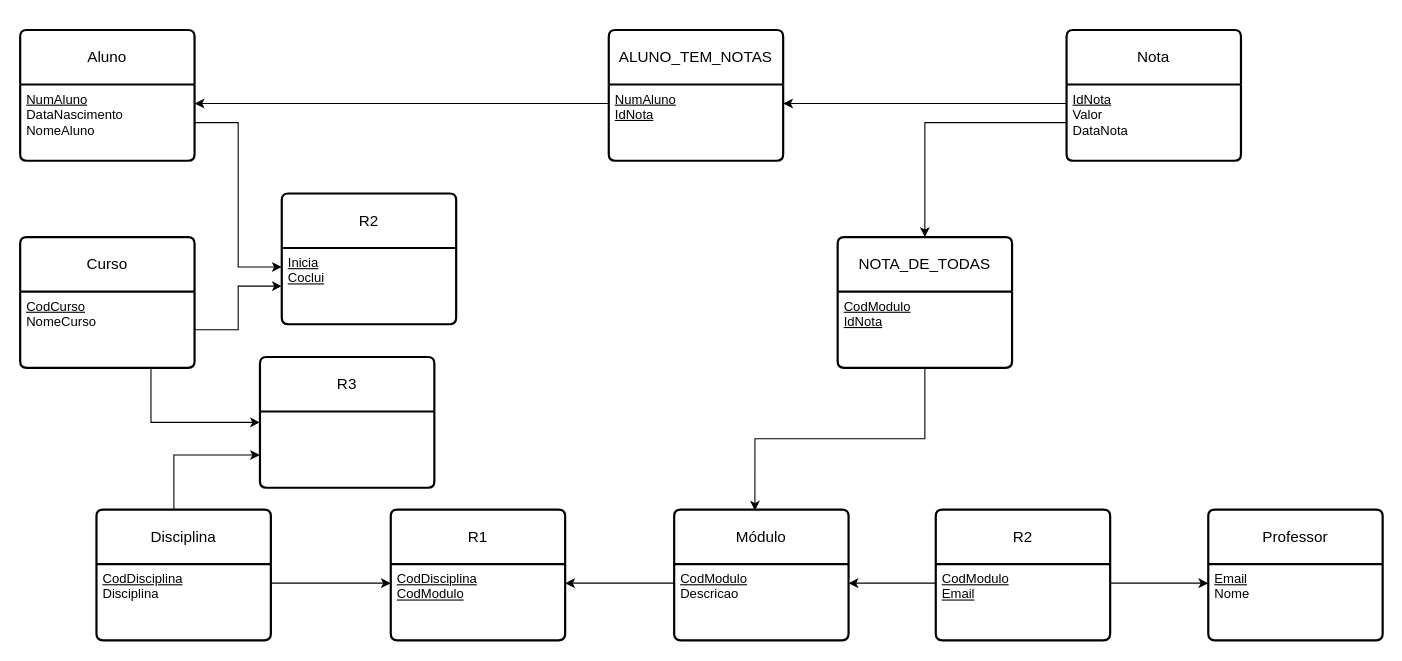
Before: notas.drawio in RubenA2109/diagramas, a draw.io diagram. Source tidied: cells renumbered, new cells numbered last; positions are measured from the earlier drawing's top-left corner, leaving out a move shared by most shapes. Both pictures are drawn from the tidied source at 109%, with x=0, y=0 at pixel (20, 29).
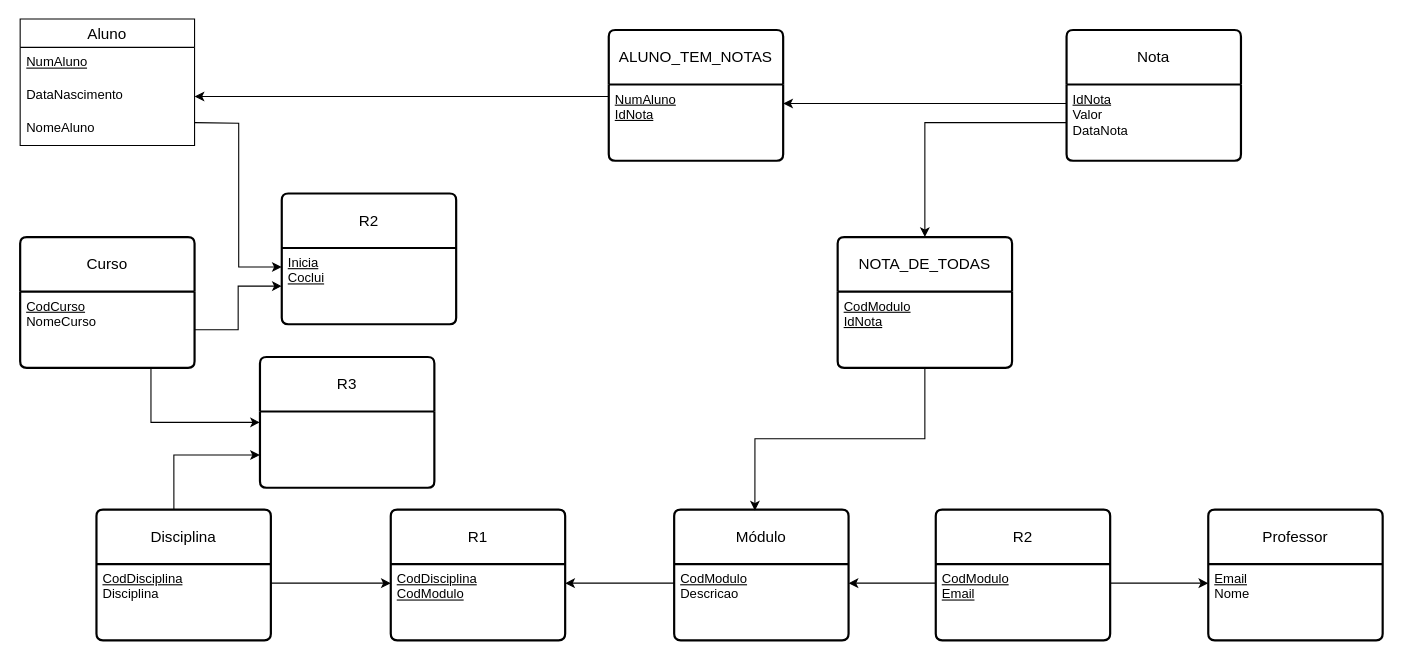
After the change.

Unchanged cells that the change refers to:
```xml
<mxCell id="16" value="&lt;div&gt;&lt;u&gt;NumAluno&lt;/u&gt;&lt;/div&gt;&lt;div&gt;&lt;u&gt;IdNota&lt;/u&gt;&lt;/div&gt;" style="align=left;strokeColor=none;fillColor=none;spacingLeft=4;spacingRight=4;fontSize=12;verticalAlign=top;html=1;whiteSpace=wrap;" parent="15" vertex="1">
  <mxGeometry y="50" width="160" height="70" as="geometry" />
</mxCell>
<mxCell id="23" value="&lt;u&gt;Inicia&lt;/u&gt;&lt;br&gt;&lt;div&gt;&lt;u&gt;Coclui&lt;/u&gt;&lt;/div&gt;" style="align=left;strokeColor=none;fillColor=none;spacingLeft=4;spacingRight=4;fontSize=12;verticalAlign=top;html=1;whiteSpace=wrap;" parent="22" vertex="1">
  <mxGeometry y="50" width="160" height="70" as="geometry" />
</mxCell>
```

What changed in the source:
```diff
@@
-    <mxCell id="4" value="Aluno" style="swimlane;horizontal=1;startSize=50;rounded=1;fontSize=14;fontStyle=0;strokeWidth=2;shadow=0;dashed=0;align=center;arcSize=4;whiteSpace=wrap;html=1;" parent="1" vertex="1">
-      <mxGeometry width="160" height="120" as="geometry" />
-    </mxCell>
-    <mxCell id="5" value="&lt;u&gt;NumAluno&lt;/u&gt;&lt;br&gt;&lt;div&gt;DataNascimento&lt;/div&gt;&lt;div&gt;NomeAluno&lt;/div&gt;" style="align=left;strokeColor=none;fillColor=none;spacingLeft=4;spacingRight=4;fontSize=12;verticalAlign=top;html=1;whiteSpace=wrap;" parent="4" vertex="1">
-      <mxGeometry y="50" width="160" height="70" as="geometry" />
-    </mxCell>
-    <mxCell id="6" value="&lt;br&gt;&lt;div&gt;&lt;br&gt;&lt;/div&gt;" style="align=left;strokeColor=none;fillColor=none;spacingLeft=4;spacingRight=4;fontSize=12;verticalAlign=top;html=1;whiteSpace=wrap;" parent="4" vertex="1">
-      <mxGeometry y="120" width="160" as="geometry" />
-    </mxCell>
@@
-    <mxCell id="17" style="edgeStyle=orthogonalEdgeStyle;rounded=0;jettySize=auto;html=1;entryX=1;entryY=0.25;entryDx=0;entryDy=0;" parent="1" edge="1" source="16" target="5">
+    <mxCell id="17" style="edgeStyle=orthogonalEdgeStyle;rounded=0;jettySize=auto;html=1;entryX=1;entryY=0.5;entryDx=0;entryDy=0;" parent="1" edge="1" source="16" target="39">
       <mxGeometry relative="1" as="geometry">
         <Array as="points">
-          <mxPoint x="410" y="68" />
+          <mxPoint x="480" y="61" />
+          <mxPoint x="480" y="61" />
         </Array>
       </mxGeometry>
     </mxCell>
@@
-    <mxCell id="33" style="edgeStyle=orthogonalEdgeStyle;rounded=0;jettySize=auto;html=1;entryX=0;entryY=0.25;entryDx=0;entryDy=0;" parent="1" edge="1" source="5" target="23">
-      <mxGeometry relative="1" as="geometry" />
+    <mxCell id="33" style="edgeStyle=orthogonalEdgeStyle;rounded=0;jettySize=auto;html=1;entryX=0;entryY=0.25;entryDx=0;entryDy=0;" parent="1" edge="1" target="23">
+      <mxGeometry relative="1" as="geometry">
+        <mxPoint x="160" y="85" as="sourcePoint" />
+      </mxGeometry>
     </mxCell>
@@
+    <mxCell id="4" value="Aluno" style="swimlane;fontStyle=0;horizontal=1;startSize=26;align=center;fontSize=14;" parent="1" vertex="1">
+      <mxGeometry y="-10" width="160" height="116" as="geometry" />
+    </mxCell>
+    <mxCell id="38" value="&lt;u&gt;NumAluno&lt;/u&gt;" style="text;strokeColor=none;fillColor=none;spacingLeft=4;spacingRight=4;overflow=hidden;fontSize=12;whiteSpace=wrap;html=1;" parent="4" vertex="1">
+      <mxGeometry y="26" width="160" height="30" as="geometry" />
+    </mxCell>
+    <mxCell id="39" value="&lt;div&gt;DataNascimento&lt;/div&gt;&lt;div&gt;&lt;br&gt;&lt;/div&gt;" style="text;strokeColor=none;fillColor=none;spacingLeft=4;spacingRight=4;overflow=hidden;points=[[0,0.5],[1,0.5]];portConstraint=eastwest;fontSize=12;whiteSpace=wrap;html=1;" parent="4" vertex="1">
+      <mxGeometry y="56" width="160" height="30" as="geometry" />
+    </mxCell>
+    <mxCell id="40" value="NomeAluno" style="text;strokeColor=none;fillColor=none;spacingLeft=4;spacingRight=4;overflow=hidden;fontSize=12;whiteSpace=wrap;html=1;" parent="4" vertex="1">
+      <mxGeometry y="86" width="160" height="30" as="geometry" />
+    </mxCell>
```
